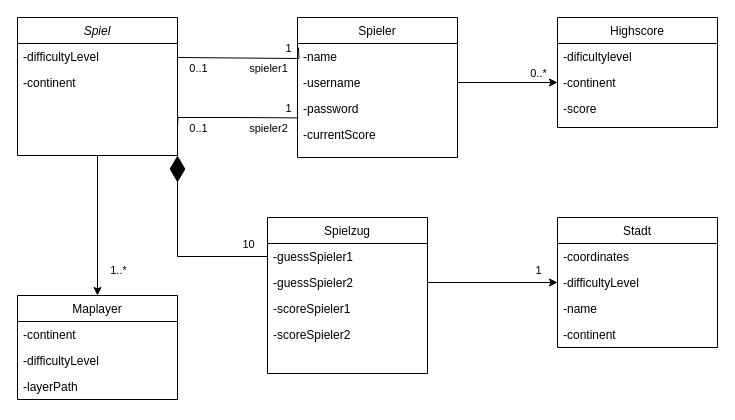
Before: Klassendiagramm.drawio in timonew/PaF, a draw.io diagram. Source tidied: cells renumbered, new cells numbered last; positions are measured from the earlier drawing's top-left corner, leaving out a move shared by most shapes. Both pictures are drawn from the tidied source at 100%, with x=0, y=0 at pixel (17, 17).
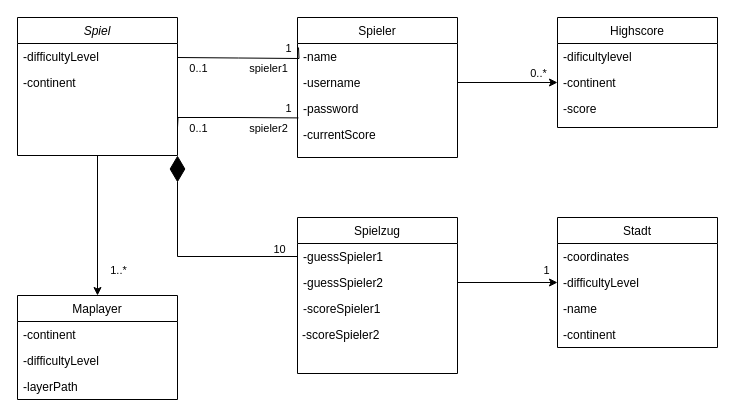
The same diagram, later.

The change refers to these unchanged cells:
```xml
<mxCell id="34" style="endArrow=diamondThin;endFill=1;endSize=24;html=1;rounded=0;exitX=0;exitY=0.5;exitDx=0;exitDy=0;entryX=1;entryY=1;entryDx=0;entryDy=0;" parent="1" edge="1" source="8" target="4">
  <mxGeometry relative="1" as="geometry">
    <Array as="points">
      <mxPoint x="160" y="239" />
    </Array>
  </mxGeometry>
</mxCell>
```

What changed in the source:
```diff
@@
     <mxCell id="7" value="Spielzug" style="swimlane;fontStyle=0;align=center;verticalAlign=top;horizontal=1;startSize=26;rounded=0;shadow=0;strokeWidth=1;" parent="1" vertex="1">
-      <mxGeometry x="250" y="200" width="160" height="156" as="geometry" />
+      <mxGeometry x="280" y="200" width="160" height="156" as="geometry" />
     </mxCell>
@@
-    <mxCell id="11" value="-scoreSpieler2" style="text;align=left;verticalAlign=top;spacingLeft=4;spacingRight=4;overflow=hidden;rounded=0;shadow=0;html=0;" parent="7" vertex="1">
-      <mxGeometry y="104" width="160" height="26" as="geometry" />
-    </mxCell>
@@
     <mxCell id="35" value="10" style="edgeLabel;html=1;align=center;verticalAlign=middle;" parent="34" vertex="1">
       <mxGeometry x="0.46" y="2" relative="1" as="geometry">
-        <mxPoint x="72" y="36" as="offset" />
+        <mxPoint x="103" y="33" as="offset" />
       </mxGeometry>
     </mxCell>
@@
+    <mxCell id="11" value="-scoreSpieler2" style="text;align=left;verticalAlign=top;spacingLeft=4;spacingRight=4;overflow=hidden;rounded=0;shadow=0;html=0;" parent="1" vertex="1">
+      <mxGeometry x="279" y="304" width="160" height="26" as="geometry" />
+    </mxCell>
```
